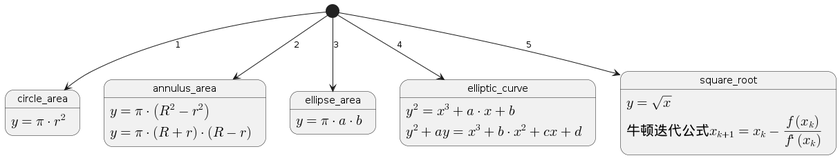
Earlier version of the PlantUML export doc/math_area.png (wangmin0880/mathimatic).
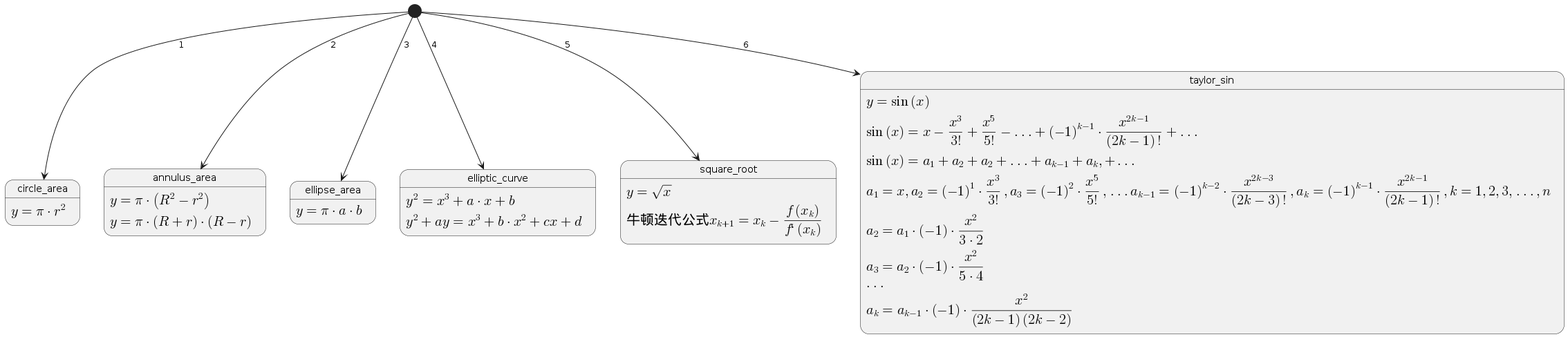
Later version of the same file.

Commit message:
Add sin(x) calculation by taylor formulas solution

Diff of the diagram source:
```diff
@@ -6,6 +6,7 @@
 
 [*] --> elliptic_curve : 4
 [*] --> square_root : 5
+[*] --> taylor_sin : 6
 
 circle_area : <math>y = pi * r ^2 </math>
 
@@ -20,4 +21,15 @@
 square_root : <math>  y = sqrtx </math>
 square_root : <math> 牛顿迭代公式 x_(k+1) = x_k - f(x_k) / (f`(x_k))</math>
 
+taylor_sin : <math> y = sin(x) </math>
+taylor_sin : <math> sin(x) = x -x^3/(3!) + x^5/(5!) - ... + (-1)^(k-1) * x^(2k-1)/((2k-1)!) + ... </math>
+taylor_sin : <math> sin(x) = a_1 + a_2 + a_2 +... + a_(k-1) + a_k, + ...</math>
+taylor_sin : <math> a_1 = x , a_2 = (-1)^1 * x^3/(3!) , a_3 = (-1)^2 * x^5/(5!) , ...  a_(k-1) = (-1)^(k-2) * x^(2k - 3)/((2k-3)!) , a_k = (-1)^(k-1) * x^(2k - 1)/((2k-1)!) , k = 1, 2, 3, ..., n  </math>
+
+taylor_sin : <math> a_2 = a_1 * (-1)* x^2/(3*2)  </math>
+taylor_sin : <math> a_3 = a_2 * (-1)* x^2/(5*4)  </math>
+taylor_sin : <math> ...  </math>
+
+taylor_sin : <math> a_k = a_(k-1) * (-1)* x^2/((2k-1)(2k-2))  </math>
+
 @enduml
```
